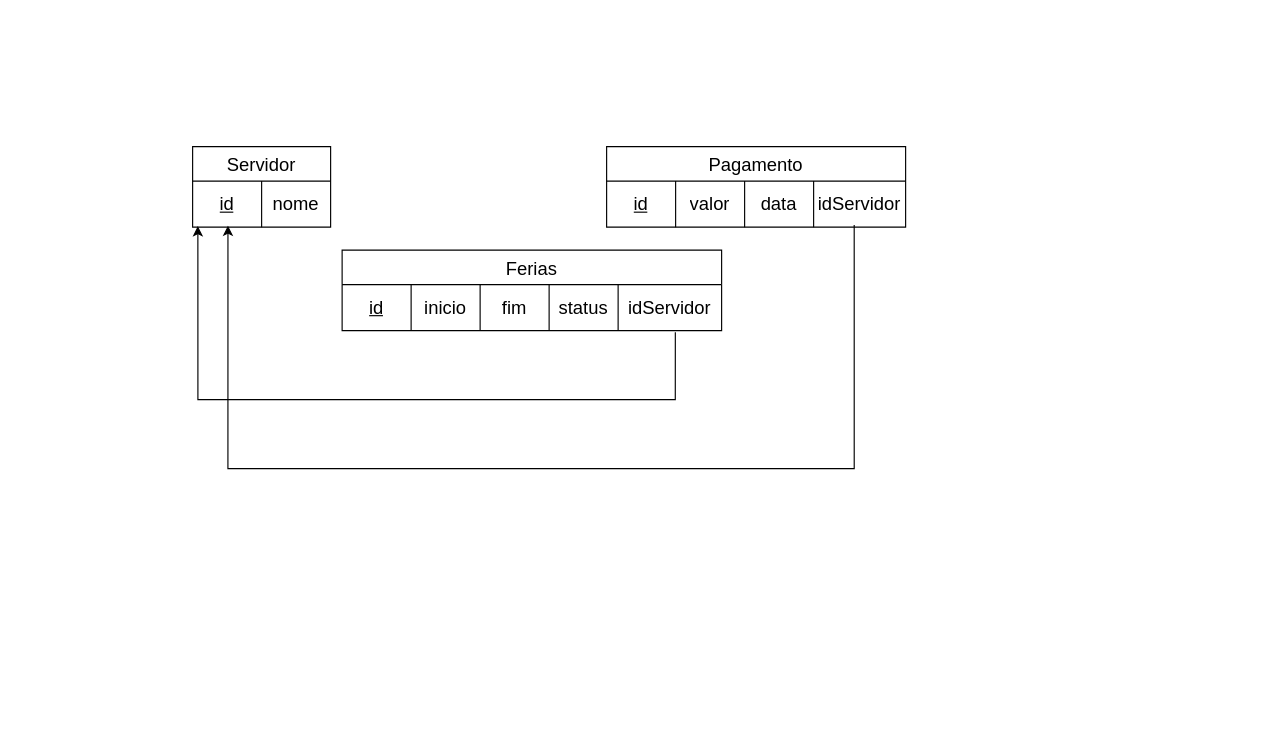
Before: page "Modelo Lógico" (2 of 3) of docs/data_model.drawio in Gabrielx47/vacationManager, a draw.io diagram. Source tidied: cells renumbered, new cells numbered last; positions are measured from the earlier drawing's top-left corner, leaving out a move shared by most shapes. Both pictures are drawn from the tidied source at 115%, with x=0, y=0 at pixel (192, 146).
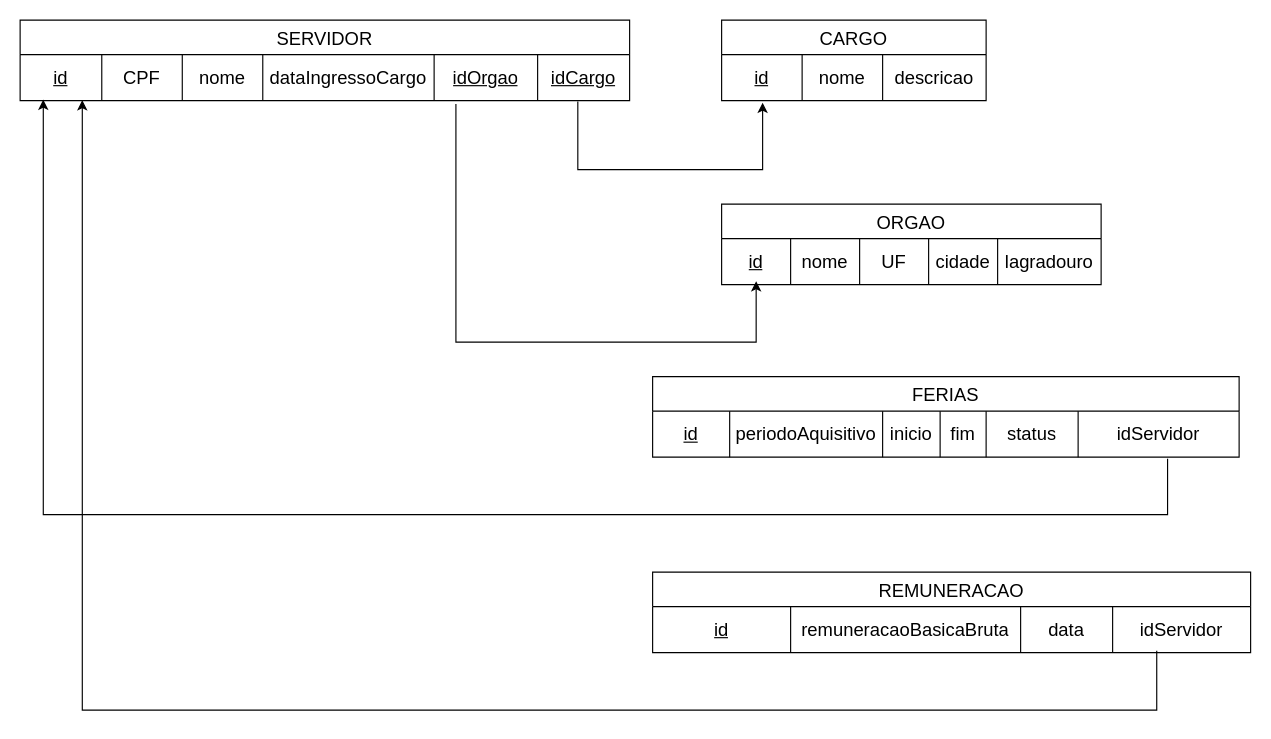
After the change.

Change to the diagram source:
```diff
@@
+    <mxCell id="21" style="edgeStyle=elbowEdgeStyle;rounded=0;jettySize=auto;html=1;elbow=vertical;exitX=0.715;exitY=1.075;exitDx=0;exitDy=0;exitPerimeter=0;entryX=0.091;entryY=0.925;entryDx=0;entryDy=0;entryPerimeter=0;" parent="1" edge="1" source="3" target="28">
+      <mxGeometry relative="1" as="geometry">
+        <Array as="points">
+          <mxPoint x="440" y="170" />
+          <mxPoint x="360" y="120" />
+        </Array>
+      </mxGeometry>
+    </mxCell>
-    <mxCell id="2" value="Servidor" style="shape=table;startSize=30;childLayout=tableLayout;strokeColor=default;fontSize=16;" parent="1" vertex="1">
-      <mxGeometry width="120" height="70" as="geometry" />
+    <mxCell id="2" value="SERVIDOR" style="shape=table;startSize=30;childLayout=tableLayout;strokeColor=default;fontSize=16;" parent="1" vertex="1">
+      <mxGeometry x="-150" y="-110" width="530" height="70" as="geometry" />
     </mxCell>
     <mxCell id="3" style="shape=tableRow;horizontal=0;startSize=0;swimlaneHead=0;swimlaneBody=0;strokeColor=inherit;top=0;left=0;bottom=0;right=0;fillColor=none;points=[[0,0.5],[1,0.5]];portConstraint=eastwest;fontSize=16;" parent="2" vertex="1">
-      <mxGeometry y="30" width="120" height="40" as="geometry" />
+      <mxGeometry y="30" width="530" height="40" as="geometry" />
     </mxCell>
     <mxCell id="4" value="&lt;u&gt;id&lt;/u&gt;" style="shape=partialRectangle;html=1;whiteSpace=wrap;strokeColor=inherit;overflow=hidden;fillColor=none;top=0;left=0;bottom=0;right=0;fontSize=16;" parent="3" vertex="1">
-      <mxGeometry width="60" height="40" as="geometry" />
+      <mxGeometry width="71" height="40" as="geometry" />
     </mxCell>
-    <mxCell id="5" value="nome" style="shape=partialRectangle;html=1;whiteSpace=wrap;strokeColor=inherit;overflow=hidden;fillColor=none;top=0;left=0;bottom=0;right=0;fontSize=16;" parent="3" vertex="1">
-      <mxGeometry x="60" width="60" height="40" as="geometry" />
+    <mxCell id="5" value="CPF" style="shape=partialRectangle;html=1;whiteSpace=wrap;strokeColor=inherit;overflow=hidden;fillColor=none;top=0;left=0;bottom=0;right=0;fontSize=16;" parent="3" vertex="1">
+      <mxGeometry x="71" width="70" height="40" as="geometry" />
     </mxCell>
+    <mxCell id="22" value="nome" style="shape=partialRectangle;html=1;whiteSpace=wrap;strokeColor=inherit;overflow=hidden;fillColor=none;top=0;left=0;bottom=0;right=0;fontSize=16;" parent="3" vertex="1">
+      <mxGeometry x="141" width="70" height="40" as="geometry" />
+    </mxCell>
+    <mxCell id="23" value="dataIngressoCargo" style="shape=partialRectangle;html=1;whiteSpace=wrap;strokeColor=inherit;overflow=hidden;fillColor=none;top=0;left=0;bottom=0;right=0;fontSize=16;" parent="3" vertex="1">
+      <mxGeometry x="211" width="149" height="40" as="geometry" />
+    </mxCell>
+    <mxCell id="24" value="&lt;u&gt;idOrgao&lt;/u&gt;" style="shape=partialRectangle;html=1;whiteSpace=wrap;strokeColor=inherit;overflow=hidden;fillColor=none;top=0;left=0;bottom=0;right=0;fontSize=16;" parent="3" vertex="1">
+      <mxGeometry x="360" width="90" height="40" as="geometry" />
+    </mxCell>
+    <mxCell id="25" value="&lt;u&gt;idCargo&lt;/u&gt;" style="shape=partialRectangle;html=1;whiteSpace=wrap;strokeColor=inherit;overflow=hidden;fillColor=none;top=0;left=0;bottom=0;right=0;fontSize=16;" parent="3" vertex="1">
+      <mxGeometry x="450" width="80" height="40" as="geometry" />
+    </mxCell>
-    <mxCell id="6" value="Pagamento" style="shape=table;startSize=30;childLayout=tableLayout;strokeColor=default;fontSize=16;" parent="1" vertex="1">
-      <mxGeometry x="360" width="260" height="70" as="geometry" />
+    <mxCell id="6" value="REMUNERACAO" style="shape=table;startSize=30;childLayout=tableLayout;strokeColor=default;fontSize=16;direction=east;" parent="1" vertex="1">
+      <mxGeometry x="400" y="370" width="520" height="70" as="geometry" />
     </mxCell>
     <mxCell id="7" style="shape=tableRow;horizontal=0;startSize=0;swimlaneHead=0;swimlaneBody=0;strokeColor=inherit;top=0;left=0;bottom=0;right=0;fillColor=none;points=[[0,0.5],[1,0.5]];portConstraint=eastwest;fontSize=16;" parent="6" vertex="1">
-      <mxGeometry y="30" width="260" height="40" as="geometry" />
+      <mxGeometry y="30" width="520" height="40" as="geometry" />
     </mxCell>
     <mxCell id="8" value="&lt;u&gt;id&lt;/u&gt;" style="shape=partialRectangle;html=1;whiteSpace=wrap;strokeColor=inherit;overflow=hidden;fillColor=none;top=0;left=0;bottom=0;right=0;fontSize=16;" parent="7" vertex="1">
-      <mxGeometry width="60" height="40" as="geometry" />
+      <mxGeometry width="120" height="40" as="geometry" />
     </mxCell>
-    <mxCell id="9" value="valor" style="shape=partialRectangle;html=1;whiteSpace=wrap;strokeColor=inherit;overflow=hidden;fillColor=none;top=0;left=0;bottom=0;right=0;fontSize=16;" parent="7" vertex="1">
-      <mxGeometry x="60" width="60" height="40" as="geometry" />
+    <mxCell id="9" value="remuneracaoBasicaBruta" style="shape=partialRectangle;html=1;whiteSpace=wrap;strokeColor=inherit;overflow=hidden;fillColor=none;top=0;left=0;bottom=0;right=0;fontSize=16;" parent="7" vertex="1">
+      <mxGeometry x="120" width="200" height="40" as="geometry" />
     </mxCell>
     <mxCell id="10" value="data" style="shape=partialRectangle;html=1;whiteSpace=wrap;strokeColor=inherit;overflow=hidden;fillColor=none;top=0;left=0;bottom=0;right=0;fontSize=16;" parent="7" vertex="1">
-      <mxGeometry x="120" width="60" height="40" as="geometry" />
+      <mxGeometry x="320" width="80" height="40" as="geometry" />
     </mxCell>
     <mxCell id="11" value="idServidor" style="shape=partialRectangle;html=1;whiteSpace=wrap;strokeColor=inherit;overflow=hidden;fillColor=none;top=0;left=0;bottom=0;right=0;fontSize=16;" parent="7" vertex="1">
-      <mxGeometry x="180" width="80" height="40" as="geometry" />
+      <mxGeometry x="400" width="120" height="40" as="geometry" />
     </mxCell>
-    <mxCell id="12" value="Ferias" style="shape=table;startSize=30;childLayout=tableLayout;strokeColor=default;fontSize=16;" parent="1" vertex="1">
-      <mxGeometry x="130" y="90" width="330" height="70" as="geometry" />
+    <mxCell id="12" value="FERIAS" style="shape=table;startSize=30;childLayout=tableLayout;strokeColor=default;fontSize=16;" parent="1" vertex="1">
+      <mxGeometry x="400" y="200" width="510" height="70" as="geometry" />
     </mxCell>
     <mxCell id="13" style="shape=tableRow;horizontal=0;startSize=0;swimlaneHead=0;swimlaneBody=0;strokeColor=inherit;top=0;left=0;bottom=0;right=0;fillColor=none;points=[[0,0.5],[1,0.5]];portConstraint=eastwest;fontSize=16;" parent="12" vertex="1">
-      <mxGeometry y="30" width="330" height="40" as="geometry" />
+      <mxGeometry y="30" width="510" height="40" as="geometry" />
     </mxCell>
     <mxCell id="14" value="&lt;u&gt;id&lt;/u&gt;" style="shape=partialRectangle;html=1;whiteSpace=wrap;strokeColor=inherit;overflow=hidden;fillColor=none;top=0;left=0;bottom=0;right=0;fontSize=16;" parent="13" vertex="1">
-      <mxGeometry width="60" height="40" as="geometry" />
+      <mxGeometry width="67" height="40" as="geometry" />
     </mxCell>
+    <mxCell id="26" value="periodoAquisitivo" style="shape=partialRectangle;html=1;whiteSpace=wrap;strokeColor=inherit;overflow=hidden;fillColor=none;top=0;left=0;bottom=0;right=0;fontSize=16;" parent="13" vertex="1">
+      <mxGeometry x="67" width="133" height="40" as="geometry" />
+    </mxCell>
     <mxCell id="15" value="inicio" style="shape=partialRectangle;html=1;whiteSpace=wrap;strokeColor=inherit;overflow=hidden;fillColor=none;top=0;left=0;bottom=0;right=0;fontSize=16;" parent="13" vertex="1">
-      <mxGeometry x="60" width="60" height="40" as="geometry" />
+      <mxGeometry x="200" width="50" height="40" as="geometry" />
     </mxCell>
     <mxCell id="16" value="fim" style="shape=partialRectangle;html=1;whiteSpace=wrap;strokeColor=inherit;overflow=hidden;fillColor=none;top=0;left=0;bottom=0;right=0;fontSize=16;" parent="13" vertex="1">
-      <mxGeometry x="120" width="60" height="40" as="geometry" />
+      <mxGeometry x="250" width="40" height="40" as="geometry" />
     </mxCell>
     <mxCell id="17" value="status" style="shape=partialRectangle;html=1;whiteSpace=wrap;strokeColor=inherit;overflow=hidden;fillColor=none;top=0;left=0;bottom=0;right=0;fontSize=16;" parent="13" vertex="1">
-      <mxGeometry x="180" width="60" height="40" as="geometry" />
+      <mxGeometry x="290" width="80" height="40" as="geometry" />
     </mxCell>
     <mxCell id="18" value="idServidor" style="shape=partialRectangle;html=1;whiteSpace=wrap;strokeColor=inherit;overflow=hidden;fillColor=none;top=0;left=0;bottom=0;right=0;fontSize=16;" parent="13" vertex="1">
-      <mxGeometry x="240" width="90" height="40" as="geometry" />
+      <mxGeometry x="370" width="140" height="40" as="geometry" />
     </mxCell>
-    <mxCell id="19" style="rounded=0;jettySize=auto;html=1;entryX=0.256;entryY=0.97;entryDx=0;entryDy=0;entryPerimeter=0;exitX=0.828;exitY=0.952;exitDx=0;exitDy=0;exitPerimeter=0;edgeStyle=orthogonalEdgeStyle;" parent="1" edge="1" source="7" target="3">
+    <mxCell id="19" style="rounded=0;jettySize=auto;html=1;entryX=0.102;entryY=0.989;entryDx=0;entryDy=0;entryPerimeter=0;exitX=0.843;exitY=0.961;exitDx=0;exitDy=0;exitPerimeter=0;edgeStyle=elbowEdgeStyle;elbow=vertical;" parent="1" edge="1" source="7" target="3">
       <mxGeometry relative="1" as="geometry">
         <Array as="points">
-          <mxPoint x="575" y="280" />
-          <mxPoint x="31" y="280" />
+          <mxPoint x="350" y="490" />
         </Array>
       </mxGeometry>
     </mxCell>
-    <mxCell id="20" style="rounded=0;jettySize=auto;html=1;entryX=0.038;entryY=0.978;entryDx=0;entryDy=0;entryPerimeter=0;exitX=0.878;exitY=1.037;exitDx=0;exitDy=0;exitPerimeter=0;edgeStyle=orthogonalEdgeStyle;" parent="1" edge="1" source="13" target="3">
+    <mxCell id="20" style="rounded=0;jettySize=auto;html=1;entryX=0.038;entryY=0.978;entryDx=0;entryDy=0;entryPerimeter=0;exitX=0.878;exitY=1.037;exitDx=0;exitDy=0;exitPerimeter=0;edgeStyle=elbowEdgeStyle;elbow=vertical;" parent="1" edge="1" source="13" target="3">
       <mxGeometry relative="1" as="geometry">
         <Array as="points">
-          <mxPoint x="420" y="220" />
-          <mxPoint x="5" y="220" />
+          <mxPoint x="360" y="320" />
         </Array>
       </mxGeometry>
     </mxCell>
+    <mxCell id="27" value="ORGAO" style="shape=table;startSize=30;childLayout=tableLayout;strokeColor=default;fontSize=16;" parent="1" vertex="1">
+      <mxGeometry x="460" y="50" width="330" height="70" as="geometry" />
+    </mxCell>
+    <mxCell id="28" style="shape=tableRow;horizontal=0;startSize=0;swimlaneHead=0;swimlaneBody=0;strokeColor=inherit;top=0;left=0;bottom=0;right=0;fillColor=none;points=[[0,0.5],[1,0.5]];portConstraint=eastwest;fontSize=16;" parent="27" vertex="1">
+      <mxGeometry y="30" width="330" height="40" as="geometry" />
+    </mxCell>
+    <mxCell id="29" value="&lt;u&gt;id&lt;/u&gt;" style="shape=partialRectangle;html=1;whiteSpace=wrap;strokeColor=inherit;overflow=hidden;fillColor=none;top=0;left=0;bottom=0;right=0;fontSize=16;" parent="28" vertex="1">
+      <mxGeometry width="60" height="40" as="geometry" />
+    </mxCell>
+    <mxCell id="30" value="nome" style="shape=partialRectangle;html=1;whiteSpace=wrap;strokeColor=inherit;overflow=hidden;fillColor=none;top=0;left=0;bottom=0;right=0;fontSize=16;" parent="28" vertex="1">
+      <mxGeometry x="60" width="60" height="40" as="geometry" />
+    </mxCell>
+    <mxCell id="31" value="UF" style="shape=partialRectangle;html=1;whiteSpace=wrap;strokeColor=inherit;overflow=hidden;fillColor=none;top=0;left=0;bottom=0;right=0;fontSize=16;" parent="28" vertex="1">
+      <mxGeometry x="120" width="60" height="40" as="geometry" />
+    </mxCell>
+    <mxCell id="32" value="cidade" style="shape=partialRectangle;html=1;whiteSpace=wrap;strokeColor=inherit;overflow=hidden;fillColor=none;top=0;left=0;bottom=0;right=0;fontSize=16;" parent="28" vertex="1">
+      <mxGeometry x="180" width="60" height="40" as="geometry" />
+    </mxCell>
+    <mxCell id="33" value="lagradouro" style="shape=partialRectangle;html=1;whiteSpace=wrap;strokeColor=inherit;overflow=hidden;fillColor=none;top=0;left=0;bottom=0;right=0;fontSize=16;" parent="28" vertex="1">
+      <mxGeometry x="240" width="90" height="40" as="geometry" />
+    </mxCell>
+    <mxCell id="34" value="CARGO" style="shape=table;startSize=30;childLayout=tableLayout;strokeColor=default;fontSize=16;" parent="1" vertex="1">
+      <mxGeometry x="460" y="-110" width="230" height="70" as="geometry" />
+    </mxCell>
+    <mxCell id="35" style="shape=tableRow;horizontal=0;startSize=0;swimlaneHead=0;swimlaneBody=0;strokeColor=inherit;top=0;left=0;bottom=0;right=0;fillColor=none;points=[[0,0.5],[1,0.5]];portConstraint=eastwest;fontSize=16;" parent="34" vertex="1">
+      <mxGeometry y="30" width="230" height="40" as="geometry" />
+    </mxCell>
+    <mxCell id="36" value="&lt;u&gt;id&lt;/u&gt;" style="shape=partialRectangle;html=1;whiteSpace=wrap;strokeColor=inherit;overflow=hidden;fillColor=none;top=0;left=0;bottom=0;right=0;fontSize=16;" parent="35" vertex="1">
+      <mxGeometry width="70" height="40" as="geometry" />
+    </mxCell>
+    <mxCell id="37" value="nome" style="shape=partialRectangle;html=1;whiteSpace=wrap;strokeColor=inherit;overflow=hidden;fillColor=none;top=0;left=0;bottom=0;right=0;fontSize=16;" parent="35" vertex="1">
+      <mxGeometry x="70" width="70" height="40" as="geometry" />
+    </mxCell>
+    <mxCell id="38" value="descricao" style="shape=partialRectangle;html=1;whiteSpace=wrap;strokeColor=inherit;overflow=hidden;fillColor=none;top=0;left=0;bottom=0;right=0;fontSize=16;" parent="35" vertex="1">
+      <mxGeometry x="140" width="90" height="40" as="geometry" />
+    </mxCell>
+    <mxCell id="39" style="edgeStyle=elbowEdgeStyle;rounded=0;jettySize=auto;html=1;entryX=0.155;entryY=1.046;entryDx=0;entryDy=0;entryPerimeter=0;exitX=0.915;exitY=1.018;exitDx=0;exitDy=0;exitPerimeter=0;elbow=vertical;" parent="1" edge="1" source="3" target="35">
+      <mxGeometry relative="1" as="geometry">
+        <Array as="points">
+          <mxPoint x="430" y="20" />
+        </Array>
+      </mxGeometry>
+    </mxCell>
```
